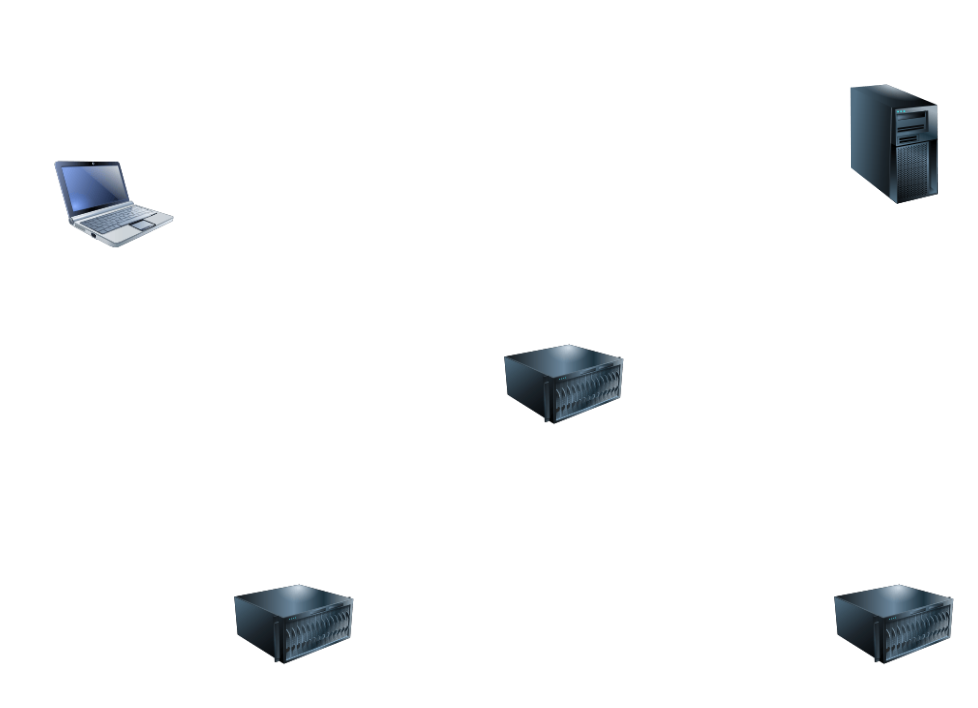
Before: prox_overview.drawio in sferentzi/prox, a draw.io diagram. Source tidied: cells renumbered, new cells numbered last; positions are measured from the earlier drawing's top-left corner, leaving out a move shared by most shapes. Both pictures are drawn from the tidied source at 150%, with x=0, y=0 at pixel (54, 84).
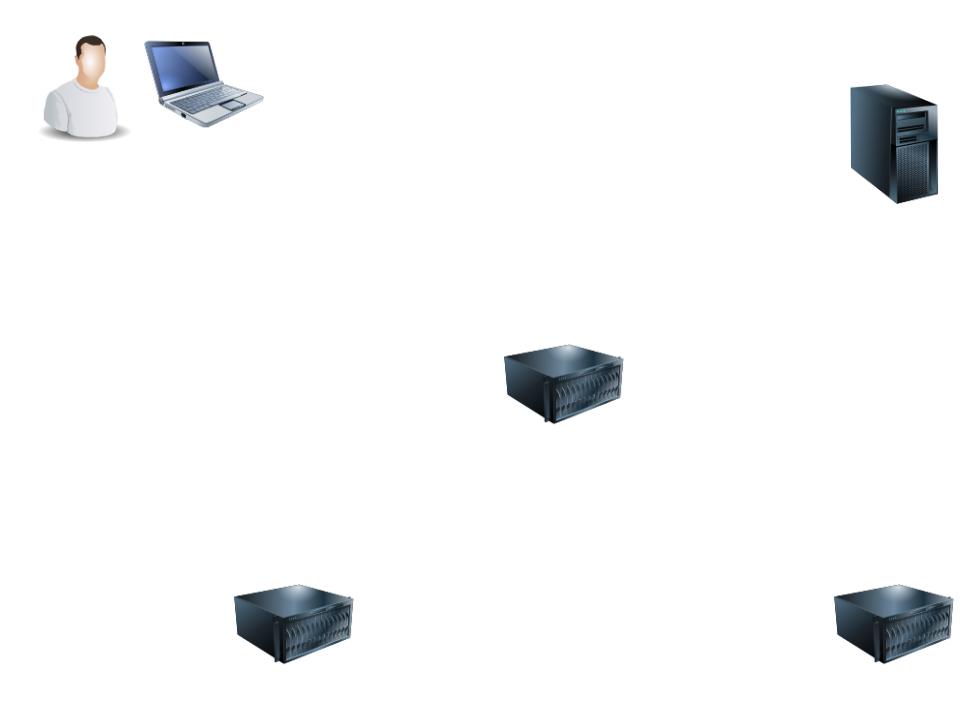
Above is the later version.

Change to the diagram source:
```diff
@@
 <mxGraphModel>
   <root>
     <mxCell id="0" />
     <mxCell id="1" parent="0" />
     <mxCell id="2" style="image;html=1;labelBackgroundColor=#ffffff;image=img/lib/clip_art/computers/Netbook_128x128.png;" parent="1" vertex="1">
-      <mxGeometry y="40" width="80" height="80" as="geometry" />
+      <mxGeometry x="60" y="-40" width="80" height="80" as="geometry" />
     </mxCell>
     <mxCell id="3" style="image;html=1;labelBackgroundColor=#ffffff;image=img/lib/clip_art/computers/Server_128x128.png;" parent="1" vertex="1">
       <mxGeometry x="300" y="160" width="80" height="80" as="geometry" />
     </mxCell>
     <mxCell id="4" style="image;html=1;labelBackgroundColor=#ffffff;image=img/lib/clip_art/computers/Server_128x128.png;" parent="1" vertex="1">
       <mxGeometry x="120" y="320" width="80" height="80" as="geometry" />
     </mxCell>
     <mxCell id="5" style="image;html=1;labelBackgroundColor=#ffffff;image=img/lib/clip_art/computers/Server_128x128.png;" parent="1" vertex="1">
       <mxGeometry x="520" y="320" width="80" height="80" as="geometry" />
     </mxCell>
     <mxCell id="6" style="image;html=1;labelBackgroundColor=#ffffff;image=img/lib/clip_art/computers/Server_Tower_128x128.png;" parent="1" vertex="1">
       <mxGeometry x="520" width="80" height="80" as="geometry" />
     </mxCell>
+    <mxCell id="7" style="image;html=1;labelBackgroundColor=#ffffff;image=img/lib/clip_art/people/Worker_Man_128x128.png;" parent="1" vertex="1">
+      <mxGeometry x="-20" y="-40" width="80" height="80" as="geometry" />
+    </mxCell>
   </root>
 </mxGraphModel>
```
